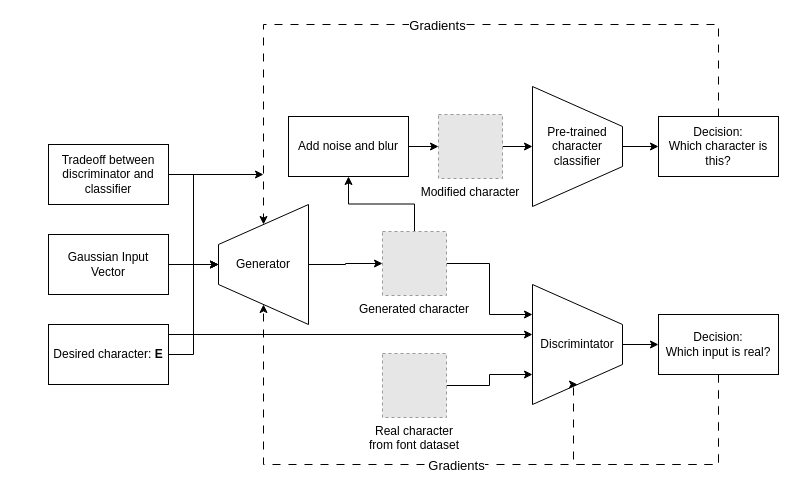
Earlier version of the draw.io diagram Robo99.drawio (muxamilian/Robo99). Source tidied: cells renumbered, new cells numbered last; positions are measured from the earlier drawing's top-left corner, leaving out a move shared by most shapes. Both pictures are drawn from the tidied source at 100%, with x=0, y=0 at pixel (48, 24). Pictures stored in the file or linked from it are replaced by grey dashed boxes.
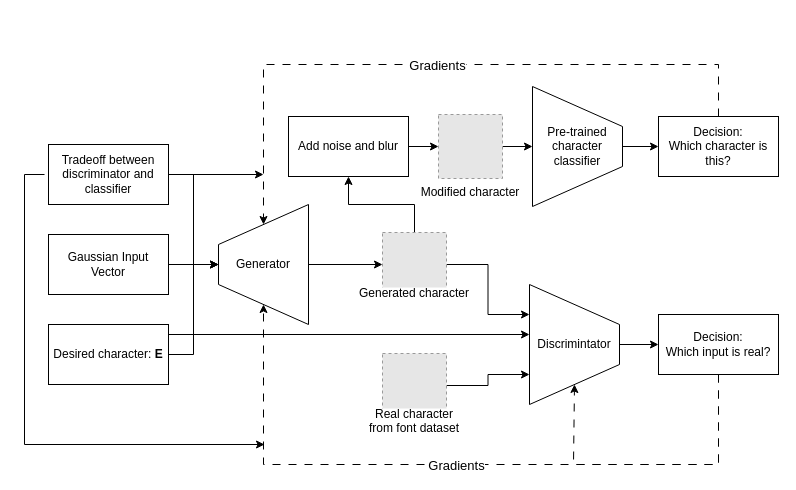
The same page after the edit.

The change refers to these unchanged cells:
```xml
<mxCell id="6" value="Generator" style="shape=trapezoid;perimeter=trapezoidPerimeter;whiteSpace=wrap;html=1;fixedSize=1;direction=north;size=40;" parent="1" vertex="1">
  <mxGeometry x="170" y="180" width="90" height="120" as="geometry" />
</mxCell>
<mxCell id="19" value="Decision:&lt;br&gt;Which character is this?" style="rounded=0;whiteSpace=wrap;html=1;" parent="1" vertex="1">
  <mxGeometry x="610" y="92" width="120" height="60" as="geometry" />
</mxCell>
```

Diff of the diagram source:
```diff
@@
-    <mxCell id="4" value="Generated character" style="fillColor=#E6E6E6;strokeColor=#999999;dashed=1;verticalLabelPosition=bottom;labelBackgroundColor=default;verticalAlign=top;" parent="1" vertex="1">
-      <mxGeometry x="334" y="207" width="64" height="64" as="geometry" />
+    <mxCell id="4" value="Generated character" style="fillColor=#E6E6E6;strokeColor=#999999;dashed=1;verticalLabelPosition=bottom;labelBackgroundColor=default;verticalAlign=top;spacing=0;spacingTop=-15;" parent="1" vertex="1">
+      <mxGeometry x="334" y="208" width="64" height="64" as="geometry" />
     </mxCell>
@@
     <mxCell id="8" value="Discrimintator" style="shape=trapezoid;perimeter=trapezoidPerimeter;whiteSpace=wrap;html=1;fixedSize=1;direction=south;size=40;" parent="1" vertex="1">
-      <mxGeometry x="484" y="260" width="90" height="120" as="geometry" />
+      <mxGeometry x="481" y="260" width="90" height="120" as="geometry" />
     </mxCell>
@@
     <mxCell id="17" style="edgeStyle=orthogonalEdgeStyle;rounded=0;jettySize=auto;html=1;exitX=0.5;exitY=0;exitDx=0;exitDy=0;entryX=1;entryY=0.5;entryDx=0;entryDy=0;dashed=1;dashPattern=8 8;" parent="1" edge="1" source="19" target="6">
       <mxGeometry relative="1" as="geometry">
         <Array as="points">
-          <mxPoint x="670" />
-          <mxPoint x="215" />
+          <mxPoint x="670" y="40" />
+          <mxPoint x="215" y="40" />
         </Array>
       </mxGeometry>
     </mxCell>
@@
-    <mxCell id="23" value="Real character&#10;from font dataset" style="fillColor=#E6E6E6;strokeColor=#999999;dashed=1;verticalLabelPosition=bottom;labelBackgroundColor=default;verticalAlign=top;" parent="1" vertex="1">
+    <mxCell id="23" value="Real character&#10;from font dataset" style="fillColor=#E6E6E6;strokeColor=#999999;dashed=1;verticalLabelPosition=bottom;labelBackgroundColor=default;verticalAlign=top;spacing=0;spacingRight=0;spacingBottom=0;spacingTop=-15;" parent="1" vertex="1">
       <mxGeometry x="334" y="329" width="64" height="64" as="geometry" />
     </mxCell>
@@
+    <mxCell id="32" style="edgeStyle=orthogonalEdgeStyle;rounded=0;orthogonalLoop=1;jettySize=auto;html=1;exitX=0;exitY=0.5;exitDx=0;exitDy=0;" parent="1" edge="1">
+      <mxGeometry relative="1" as="geometry">
+        <mxPoint x="-4" y="150" as="sourcePoint" />
+        <mxPoint x="216" y="420" as="targetPoint" />
+        <Array as="points">
+          <mxPoint x="-24" y="150" />
+          <mxPoint x="-24" y="420" />
+        </Array>
+      </mxGeometry>
+    </mxCell>
```
